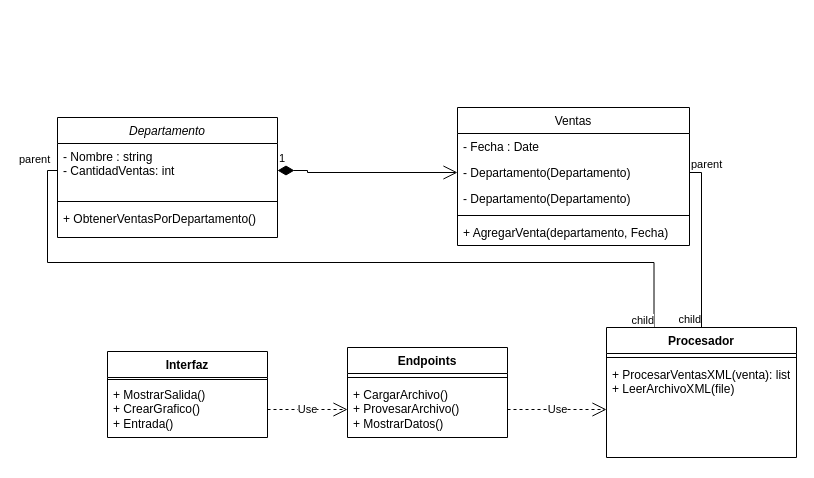
This is docs/Diagrama sin título.drawio from Emmagx/IPC2_Practica3_202300848, a draw.io file, before an edit. Source tidied: cells renumbered, new cells numbered last; positions are measured from the earlier drawing's top-left corner, leaving out a move shared by most shapes. Both pictures are drawn from the tidied source at 100%, with x=0, y=0 at pixel (57, 107).
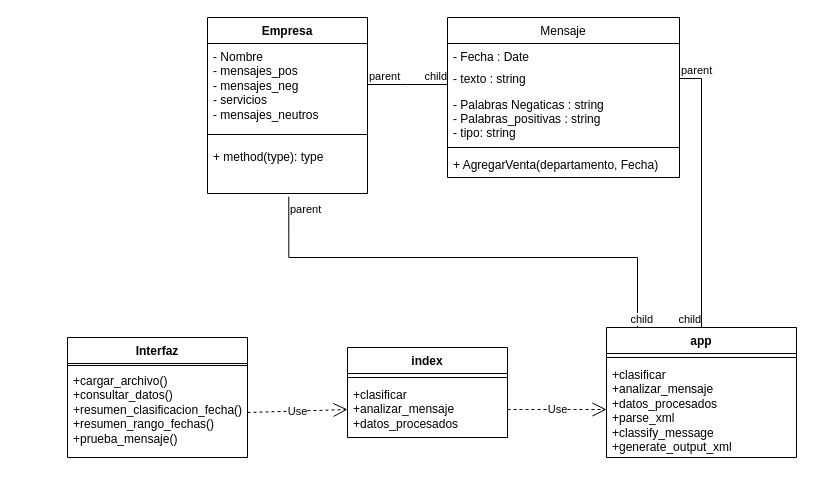
After the change.

Diff of the diagram source:
```diff
@@
-    <mxCell id="2" value="Departamento" style="swimlane;fontStyle=2;align=center;verticalAlign=top;horizontal=1;startSize=26;rounded=0;shadow=0;strokeWidth=1;" parent="1" vertex="1">
-      <mxGeometry y="10" width="220" height="120" as="geometry" />
-    </mxCell>
-    <mxCell id="3" value="- Nombre : string&#10;- CantidadVentas: int" style="text;align=left;verticalAlign=top;spacingLeft=4;spacingRight=4;overflow=hidden;points=[[0,0.5],[1,0.5]];portConstraint=eastwest;" parent="2" vertex="1">
-      <mxGeometry y="26" width="220" height="54" as="geometry" />
-    </mxCell>
-    <mxCell id="4" style="line;html=1;strokeWidth=1;align=left;verticalAlign=middle;spacingTop=-1;spacingLeft=3;spacingRight=3;labelPosition=right;" parent="2" vertex="1">
-      <mxGeometry y="80" width="220" height="8" as="geometry" />
-    </mxCell>
-    <mxCell id="5" value="+ ObtenerVentasPorDepartamento()" style="text;align=left;verticalAlign=top;spacingLeft=4;spacingRight=4;overflow=hidden;" parent="2" vertex="1">
-      <mxGeometry y="88" width="220" height="26" as="geometry" />
-    </mxCell>
-    <mxCell id="6" value="Ventas" style="swimlane;fontStyle=0;align=center;verticalAlign=top;horizontal=1;startSize=26;rounded=0;shadow=0;strokeWidth=1;" parent="1" vertex="1">
-      <mxGeometry x="400" width="232" height="138" as="geometry" />
+    <mxCell id="6" value="Mensaje" style="swimlane;fontStyle=0;align=center;verticalAlign=top;horizontal=1;startSize=26;rounded=0;shadow=0;strokeWidth=1;" parent="1" vertex="1">
+      <mxGeometry x="390" y="-90" width="232" height="160" as="geometry" />
     </mxCell>
     <mxCell id="7" value="- Fecha : Date" style="text;align=left;verticalAlign=top;spacingLeft=4;spacingRight=4;overflow=hidden;" parent="6" vertex="1">
-      <mxGeometry y="26" width="232" height="26" as="geometry" />
+      <mxGeometry y="26" width="232" height="22" as="geometry" />
     </mxCell>
-    <mxCell id="8" value="- Departamento(Departamento)" style="text;align=left;verticalAlign=top;spacingLeft=4;spacingRight=4;overflow=hidden;points=[[0,0.5],[1,0.5]];portConstraint=eastwest;rounded=0;shadow=0;html=0;" parent="6" vertex="1">
-      <mxGeometry y="52" width="232" height="26" as="geometry" />
+    <mxCell id="8" value="- texto : string" style="text;align=left;verticalAlign=top;spacingLeft=4;spacingRight=4;overflow=hidden;points=[[0,0.5],[1,0.5]];portConstraint=eastwest;rounded=0;shadow=0;html=0;" parent="6" vertex="1">
+      <mxGeometry y="48" width="232" height="26" as="geometry" />
     </mxCell>
-    <mxCell id="9" value="- Departamento(Departamento)" style="text;align=left;verticalAlign=top;spacingLeft=4;spacingRight=4;overflow=hidden;rounded=0;shadow=0;html=0;" parent="6" vertex="1">
-      <mxGeometry y="78" width="232" height="26" as="geometry" />
+    <mxCell id="9" value="- Palabras Negaticas : string&#10;- Palabras_positivas : string&#10;- tipo: string" style="text;align=left;verticalAlign=top;spacingLeft=4;spacingRight=4;overflow=hidden;rounded=0;shadow=0;html=0;" parent="6" vertex="1">
+      <mxGeometry y="74" width="232" height="52" as="geometry" />
     </mxCell>
     <mxCell id="10" style="line;html=1;strokeWidth=1;align=left;verticalAlign=middle;spacingTop=-1;spacingLeft=3;spacingRight=3;labelPosition=right;" parent="6" vertex="1">
-      <mxGeometry y="104" width="232" height="8" as="geometry" />
+      <mxGeometry y="126" width="232" height="8" as="geometry" />
     </mxCell>
     <mxCell id="11" value="+ AgregarVenta(departamento, Fecha)" style="text;align=left;verticalAlign=top;spacingLeft=4;spacingRight=4;overflow=hidden;" parent="6" vertex="1">
-      <mxGeometry y="112" width="232" height="26" as="geometry" />
+      <mxGeometry y="134" width="232" height="26" as="geometry" />
     </mxCell>
-    <mxCell id="12" value="Procesador" style="swimlane;fontStyle=1;align=center;verticalAlign=top;horizontal=1;startSize=26;whiteSpace=wrap;html=1;" parent="1" vertex="1">
+    <mxCell id="12" value="app" style="swimlane;fontStyle=1;align=center;verticalAlign=top;horizontal=1;startSize=26;whiteSpace=wrap;html=1;" parent="1" vertex="1">
       <mxGeometry x="549" y="220" width="190" height="130" as="geometry" />
     </mxCell>
@@
-    <mxCell id="14" value="+ ProcesarVentasXML(venta): list&lt;div&gt;+ LeerArchivoXML(file)&lt;/div&gt;&lt;div&gt;&lt;br&gt;&lt;/div&gt;" style="text;strokeColor=none;fillColor=none;align=left;verticalAlign=top;spacingLeft=4;spacingRight=4;overflow=hidden;points=[[0,0.5],[1,0.5]];portConstraint=eastwest;whiteSpace=wrap;html=1;" parent="12" vertex="1">
+    <mxCell id="14" value="+clasificar&lt;br&gt;+analizar_mensaje&lt;br&gt;+datos_procesados&lt;br&gt;+parse_xml&lt;div&gt;+classify_message&lt;/div&gt;&lt;div&gt;+generate_output_xml&lt;/div&gt;" style="text;strokeColor=none;fillColor=none;align=left;verticalAlign=top;spacingLeft=4;spacingRight=4;overflow=hidden;points=[[0,0.5],[1,0.5]];portConstraint=eastwest;whiteSpace=wrap;html=1;" parent="12" vertex="1">
       <mxGeometry y="34" width="190" height="96" as="geometry" />
     </mxCell>
     <mxCell id="15" value="Interfaz" style="swimlane;fontStyle=1;align=center;verticalAlign=top;horizontal=1;startSize=26;whiteSpace=wrap;html=1;" parent="1" vertex="1">
-      <mxGeometry x="50" y="244" width="160" height="86" as="geometry" />
+      <mxGeometry x="10" y="230" width="180" height="120" as="geometry" />
     </mxCell>
     <mxCell id="16" style="line;strokeWidth=1;fillColor=none;align=left;verticalAlign=middle;spacingTop=-1;spacingLeft=3;spacingRight=3;labelPosition=right;strokeColor=inherit;" parent="15" vertex="1">
-      <mxGeometry y="26" width="160" height="4" as="geometry" />
+      <mxGeometry y="26" width="180" height="4" as="geometry" />
     </mxCell>
-    <mxCell id="17" value="+ MostrarSalida()&lt;br&gt;+ CrearGrafico()&lt;br&gt;+ Entrada()" style="text;strokeColor=none;fillColor=none;align=left;verticalAlign=top;spacingLeft=4;spacingRight=4;overflow=hidden;points=[[0,0.5],[1,0.5]];portConstraint=eastwest;whiteSpace=wrap;html=1;" parent="15" vertex="1">
-      <mxGeometry y="30" width="160" height="56" as="geometry" />
+    <mxCell id="17" value="+cargar_archivo()&lt;div&gt;+consultar_datos()&lt;/div&gt;&lt;div&gt;+resumen_clasificacion_fecha()&lt;/div&gt;&lt;div&gt;+resumen_rango_fechas()&lt;/div&gt;&lt;div&gt;+prueba_mensaje()&lt;/div&gt;" style="text;strokeColor=none;fillColor=none;align=left;verticalAlign=top;spacingLeft=4;spacingRight=4;overflow=hidden;points=[[0,0.5],[1,0.5]];portConstraint=eastwest;whiteSpace=wrap;html=1;" parent="15" vertex="1">
+      <mxGeometry y="30" width="180" height="90" as="geometry" />
     </mxCell>
-    <mxCell id="18" value="Endpoints" style="swimlane;fontStyle=1;align=center;verticalAlign=top;horizontal=1;startSize=26;whiteSpace=wrap;html=1;" parent="1" vertex="1">
+    <mxCell id="18" value="index" style="swimlane;fontStyle=1;align=center;verticalAlign=top;horizontal=1;startSize=26;whiteSpace=wrap;html=1;" parent="1" vertex="1">
       <mxGeometry x="290" y="240" width="160" height="90" as="geometry" />
     </mxCell>
@@
-    <mxCell id="20" value="+ CargarArchivo()&lt;br&gt;+ ProvesarArchivo()&lt;br&gt;+ MostrarDatos()" style="text;strokeColor=none;fillColor=none;align=left;verticalAlign=top;spacingLeft=4;spacingRight=4;overflow=hidden;points=[[0,0.5],[1,0.5]];portConstraint=eastwest;whiteSpace=wrap;html=1;" parent="18" vertex="1">
+    <mxCell id="20" value="+clasificar&lt;div&gt;+analizar_mensaje&lt;br&gt;+datos_procesados&lt;/div&gt;" style="text;strokeColor=none;fillColor=none;align=left;verticalAlign=top;spacingLeft=4;spacingRight=4;overflow=hidden;points=[[0,0.5],[1,0.5]];portConstraint=eastwest;whiteSpace=wrap;html=1;" parent="18" vertex="1">
       <mxGeometry y="34" width="160" height="56" as="geometry" />
     </mxCell>
-    <mxCell id="21" value="1" style="endArrow=open;html=1;endSize=12;startArrow=diamondThin;startSize=14;startFill=1;edgeStyle=orthogonalEdgeStyle;align=left;verticalAlign=bottom;rounded=0;exitX=1;exitY=0.5;exitDx=0;exitDy=0;entryX=0;entryY=0.5;entryDx=0;entryDy=0;" parent="1" edge="1" source="3" target="8">
-      <mxGeometry x="-1" y="3" relative="1" as="geometry">
-        <Array as="points">
-          <mxPoint x="250" y="65" />
-        </Array>
-      </mxGeometry>
-    </mxCell>
@@
-    <mxCell id="25" style="endArrow=none;html=1;edgeStyle=orthogonalEdgeStyle;rounded=0;exitX=0;exitY=0.5;exitDx=0;exitDy=0;entryX=0.25;entryY=0;entryDx=0;entryDy=0;" parent="1" edge="1" source="3" target="12">
-      <mxGeometry relative="1" as="geometry" />
-    </mxCell>
-    <mxCell id="26" value="parent" style="edgeLabel;html=1;align=left;verticalAlign=bottom;" parent="25" vertex="1">
-      <mxGeometry x="-1" relative="1" as="geometry">
-        <mxPoint x="-40" y="-3" as="offset" />
-      </mxGeometry>
-    </mxCell>
-    <mxCell id="27" value="child" style="edgeLabel;html=1;align=right;verticalAlign=bottom;" parent="25" vertex="1">
-      <mxGeometry x="1" relative="1" as="geometry" />
-    </mxCell>
@@
+    <mxCell id="30" value="Empresa" style="swimlane;fontStyle=1;align=center;verticalAlign=top;horizontal=1;startSize=26;whiteSpace=wrap;html=1;" parent="1" vertex="1">
+      <mxGeometry x="150" y="-90" width="160" height="176" as="geometry" />
+    </mxCell>
+    <mxCell id="31" value="- Nombre&lt;div&gt;- mensajes_pos&lt;/div&gt;&lt;div&gt;- mensajes_neg&lt;/div&gt;&lt;div&gt;- servicios&lt;/div&gt;&lt;div&gt;- mensajes_neutros&lt;/div&gt;" style="text;strokeColor=none;fillColor=none;align=left;verticalAlign=top;spacingLeft=4;spacingRight=4;overflow=hidden;points=[[0,0.5],[1,0.5]];portConstraint=eastwest;whiteSpace=wrap;html=1;" parent="30" vertex="1">
+      <mxGeometry y="26" width="160" height="82" as="geometry" />
+    </mxCell>
+    <mxCell id="32" style="line;strokeWidth=1;fillColor=none;align=left;verticalAlign=middle;spacingTop=-1;spacingLeft=3;spacingRight=3;labelPosition=right;strokeColor=inherit;" parent="30" vertex="1">
+      <mxGeometry y="108" width="160" height="18" as="geometry" />
+    </mxCell>
+    <mxCell id="33" value="+ method(type): type" style="text;strokeColor=none;fillColor=none;align=left;verticalAlign=top;spacingLeft=4;spacingRight=4;overflow=hidden;points=[[0,0.5],[1,0.5]];portConstraint=eastwest;whiteSpace=wrap;html=1;" parent="30" vertex="1">
+      <mxGeometry y="126" width="160" height="50" as="geometry" />
+    </mxCell>
+    <mxCell id="34" style="endArrow=none;html=1;edgeStyle=orthogonalEdgeStyle;rounded=0;exitX=0.508;exitY=1.064;exitDx=0;exitDy=0;exitPerimeter=0;entryX=0.25;entryY=0;entryDx=0;entryDy=0;" parent="1" edge="1" source="33" target="12">
+      <mxGeometry relative="1" as="geometry">
+        <Array as="points">
+          <mxPoint x="231" y="150" />
+          <mxPoint x="580" y="150" />
+          <mxPoint x="580" y="220" />
+        </Array>
+      </mxGeometry>
+    </mxCell>
+    <mxCell id="35" value="parent" style="edgeLabel;html=1;align=left;verticalAlign=bottom;" parent="34" vertex="1">
+      <mxGeometry x="-1" relative="1" as="geometry">
+        <mxPoint y="21" as="offset" />
+      </mxGeometry>
+    </mxCell>
+    <mxCell id="36" value="child" style="edgeLabel;html=1;align=right;verticalAlign=bottom;" parent="34" vertex="1">
+      <mxGeometry x="1" relative="1" as="geometry" />
+    </mxCell>
+    <mxCell id="37" style="endArrow=none;html=1;edgeStyle=orthogonalEdgeStyle;rounded=0;exitX=1;exitY=0.5;exitDx=0;exitDy=0;" parent="1" edge="1" source="31">
+      <mxGeometry relative="1" as="geometry">
+        <mxPoint x="390" y="-23" as="targetPoint" />
+      </mxGeometry>
+    </mxCell>
+    <mxCell id="38" value="parent" style="edgeLabel;html=1;align=left;verticalAlign=bottom;" parent="37" vertex="1">
+      <mxGeometry x="-1" relative="1" as="geometry" />
+    </mxCell>
+    <mxCell id="39" value="child" style="edgeLabel;html=1;align=right;verticalAlign=bottom;" parent="37" vertex="1">
+      <mxGeometry x="1" relative="1" as="geometry" />
+    </mxCell>
```
